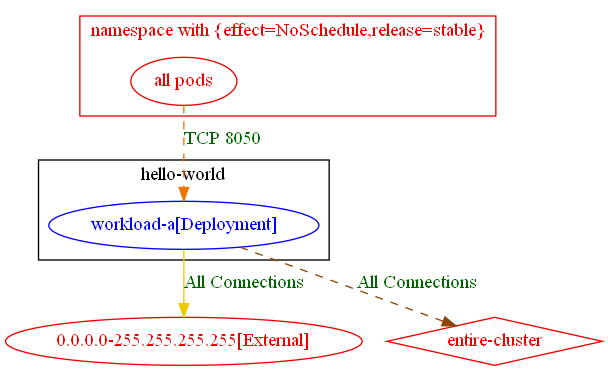
Before: test_outputs/connlist/exposure_to_namespace_with_multiple_labels_test_exposure_output.dot.png, a diagram exported from Graphviz (np-guard/netpol-analyzer). Its source is kept beside it as test_outputs/connlist/exposure_to_namespace_with_multiple_labels_test_exposure_output.dot.
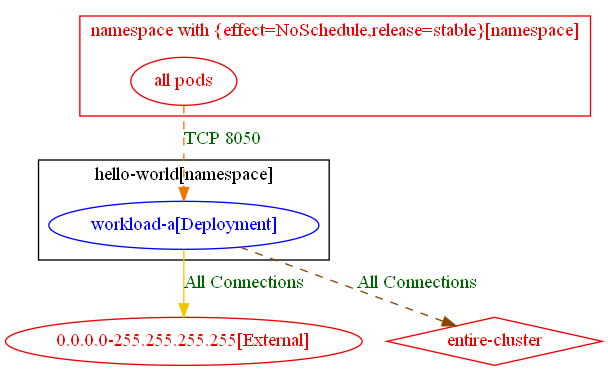
The same diagram one commit later.

The edit, as a diff of the source:
```diff
@@ -1,15 +1,15 @@
 digraph {
-	subgraph "cluster_hello_world" {
+	subgraph "cluster_hello_world[namespace]" {
 		color="black"
 		fontcolor="black"
 		"hello-world/workload-a[Deployment]" [label="workload-a[Deployment]" color="blue" fontcolor="blue"]
-		label="hello-world"
+		label="hello-world[namespace]"
 	}
-	subgraph "cluster_namespace with {effect=NoSchedule,release=stable}" {
+	subgraph "cluster_namespace with {effect=NoSchedule,release=stable}[namespace]" {
 		color="red2"
 		fontcolor="red2"
 		"all pods_in_namespace with {effect=NoSchedule,release=stable}" [label="all pods" color="red2" fontcolor="red2"]
-		label="namespace with {effect=NoSchedule,release=stable}"
+		label="namespace with {effect=NoSchedule,release=stable}[namespace]"
 	}
 	"0.0.0.0-255.255.255.255[External]" [label="0.0.0.0-255.255.255.255[External]" color="red2" fontcolor="red2"]
 	"entire-cluster" [label="entire-cluster" color="red2" fontcolor="red2" shape=diamond]
```
